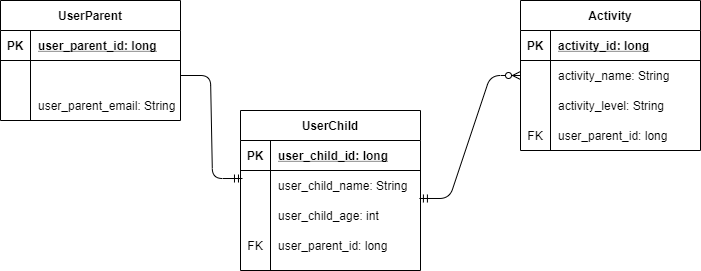
Before: docs/img/erd.png, a diagram exported from draw.io (anhristian/play-numbers). Source tidied: cells renumbered, new cells last; positions are measured from the earlier drawing's top-left corner, leaving out a move shared by most shapes.
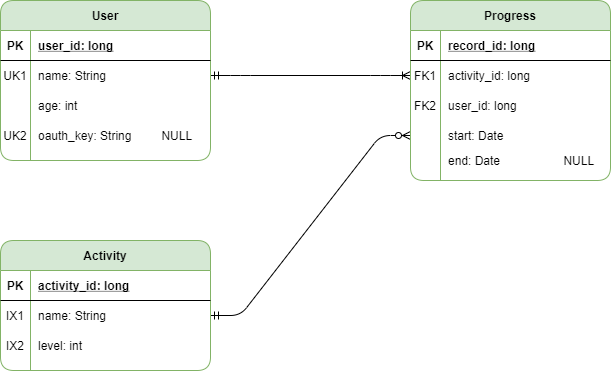
The same diagram one commit later.

What changed in the source:
```diff
@@ -2,119 +2,122 @@
   <root>
     <mxCell id="0" />
     <mxCell id="1" parent="0" />
-    <mxCell id="2" style="edgeStyle=entityRelationEdgeStyle;fontSize=12;html=1;endArrow=ERmandOne;exitX=1;exitY=0.5;exitDx=0;exitDy=0;entryX=0.011;entryY=0.267;entryDx=0;entryDy=0;entryPerimeter=0;" parent="1" edge="1" source="8" target="31">
-      <mxGeometry relative="1" as="geometry" />
+    <mxCell id="2" value="end: Date                   NULL" style="shape=partialRectangle;fillColor=none;top=0;left=0;bottom=0;right=0;align=left;spacingLeft=6;overflow=hidden;" parent="1" vertex="1">
+      <mxGeometry x="430" y="110" width="170" height="20" as="geometry" />
     </mxCell>
-    <mxCell id="3" style="edgeStyle=entityRelationEdgeStyle;fontSize=12;html=1;endArrow=ERzeroToMany;exitX=0.994;exitY=-0.067;exitDx=0;exitDy=0;exitPerimeter=0;entryX=0;entryY=0.5;entryDx=0;entryDy=0;endFill=1;startArrow=ERmandOne;startFill=0;" parent="1" edge="1" source="34" target="18">
+    <mxCell id="3" style="edgeStyle=entityRelationEdgeStyle;fontSize=12;html=1;endArrow=ERoneToMany;startArrow=ERmandOne;entryX=0;entryY=0.5;entryDx=0;entryDy=0;exitX=1;exitY=0.5;exitDx=0;exitDy=0;" parent="1" edge="1" source="19" target="32">
       <mxGeometry relative="1" as="geometry" />
     </mxCell>
-    <mxCell id="4" value="UserParent" style="shape=table;startSize=30;rowLines=0;fontStyle=1;align=center;" parent="1" vertex="1">
-      <mxGeometry width="180" height="120" as="geometry" />
+    <mxCell id="4" style="edgeStyle=entityRelationEdgeStyle;fontSize=12;html=1;endArrow=ERzeroToMany;startArrow=ERmandOne;exitX=1;exitY=0.5;exitDx=0;exitDy=0;entryX=0;entryY=0.75;entryDx=0;entryDy=0;" parent="1" edge="1" source="9" target="28">
+      <mxGeometry relative="1" as="geometry" />
     </mxCell>
-    <mxCell id="5" style="shape=partialRectangle;fillColor=none;top=0;left=0;bottom=1;right=0;" parent="4" vertex="1">
-      <mxGeometry y="30" width="180" height="30" as="geometry" />
+    <mxCell id="5" value="Activity" style="shape=table;startSize=30;rowLines=0;fontStyle=1;align=center;fillColor=#d5e8d4;strokeColor=#82b366;rounded=1;" parent="1" vertex="1">
+      <mxGeometry x="-10" y="200" width="210" height="130" as="geometry" />
     </mxCell>
-    <mxCell id="6" value="PK" style="shape=partialRectangle;fillColor=none;top=0;left=0;bottom=0;right=0;fontStyle=1;overflow=hidden;" parent="5" vertex="1">
-      <mxGeometry width="30" height="30" as="geometry" />
+    <mxCell id="6" style="shape=partialRectangle;fillColor=none;top=0;left=0;bottom=1;right=0;" parent="5" vertex="1">
+      <mxGeometry y="30" width="210" height="30" as="geometry" />
     </mxCell>
-    <mxCell id="7" value="user_parent_id: long" style="shape=partialRectangle;fillColor=none;top=0;left=0;bottom=0;right=0;align=left;spacingLeft=6;fontStyle=5;overflow=hidden;" parent="5" vertex="1">
-      <mxGeometry x="30" width="150" height="30" as="geometry" />
+    <mxCell id="7" value="PK" style="shape=partialRectangle;fillColor=none;top=0;left=0;bottom=0;right=0;fontStyle=1;overflow=hidden;" parent="6" vertex="1">
+      <mxGeometry width="30" height="30" as="geometry" />
     </mxCell>
-    <mxCell id="8" style="shape=partialRectangle;fillColor=none;top=0;left=0;bottom=0;right=0;points=[[0,0.5],[1,0.5]];portConstraint=eastwest;" parent="4" vertex="1">
-      <mxGeometry y="60" width="180" height="30" as="geometry" />
+    <mxCell id="8" value="activity_id: long" style="shape=partialRectangle;fillColor=none;top=0;left=0;bottom=0;right=0;align=left;spacingLeft=6;fontStyle=5;overflow=hidden;" parent="6" vertex="1">
+      <mxGeometry x="30" width="180" height="30" as="geometry" />
     </mxCell>
-    <mxCell id="9" style="shape=partialRectangle;fillColor=none;top=0;left=0;bottom=0;right=0;overflow=hidden;" parent="8" vertex="1">
-      <mxGeometry width="30" height="30" as="geometry" />
+    <mxCell id="9" style="shape=partialRectangle;fillColor=none;top=0;left=0;bottom=0;right=0;points=[[0,0.5],[1,0.5]];portConstraint=eastwest;" parent="5" vertex="1">
+      <mxGeometry y="60" width="210" height="30" as="geometry" />
     </mxCell>
-    <mxCell id="10" style="shape=partialRectangle;fillColor=none;top=0;left=0;bottom=0;right=0;align=left;spacingLeft=6;overflow=hidden;" parent="8" vertex="1">
-      <mxGeometry x="30" width="150" height="30" as="geometry" />
+    <mxCell id="10" value="IX1" style="shape=partialRectangle;fillColor=none;top=0;left=0;bottom=0;right=0;overflow=hidden;" parent="9" vertex="1">
+      <mxGeometry width="30" height="30" as="geometry" />
     </mxCell>
-    <mxCell id="11" style="shape=partialRectangle;fillColor=none;top=0;left=0;bottom=0;right=0;" parent="4" vertex="1">
-      <mxGeometry y="90" width="180" height="30" as="geometry" />
+    <mxCell id="11" value="name: String" style="shape=partialRectangle;fillColor=none;top=0;left=0;bottom=0;right=0;align=left;spacingLeft=6;overflow=hidden;" parent="9" vertex="1">
+      <mxGeometry x="30" width="180" height="30" as="geometry" />
     </mxCell>
-    <mxCell id="12" style="shape=partialRectangle;fillColor=none;top=0;left=0;bottom=0;right=0;overflow=hidden;" parent="11" vertex="1">
-      <mxGeometry width="30" height="30" as="geometry" />
+    <mxCell id="12" style="shape=partialRectangle;fillColor=none;top=0;left=0;bottom=0;right=0;" parent="5" vertex="1">
+      <mxGeometry y="90" width="210" height="30" as="geometry" />
     </mxCell>
-    <mxCell id="13" value="user_parent_email: String" style="shape=partialRectangle;fillColor=none;top=0;left=0;bottom=0;right=0;align=left;spacingLeft=6;overflow=hidden;" parent="11" vertex="1">
-      <mxGeometry x="30" width="150" height="30" as="geometry" />
+    <mxCell id="13" value="IX2" style="shape=partialRectangle;fillColor=none;top=0;left=0;bottom=0;right=0;overflow=hidden;" parent="12" vertex="1">
+      <mxGeometry width="30" height="30" as="geometry" />
     </mxCell>
-    <mxCell id="14" value="Activity" style="shape=table;startSize=30;rowLines=0;fontStyle=1;align=center;" parent="1" vertex="1">
-      <mxGeometry x="520" width="180" height="150" as="geometry" />
+    <mxCell id="14" value="level: int" style="shape=partialRectangle;fillColor=none;top=0;left=0;bottom=0;right=0;align=left;spacingLeft=6;overflow=hidden;" parent="12" vertex="1">
+      <mxGeometry x="30" width="180" height="30" as="geometry" />
     </mxCell>
-    <mxCell id="15" style="shape=partialRectangle;fillColor=none;top=0;left=0;bottom=1;right=0;" parent="14" vertex="1">
-      <mxGeometry y="30" width="180" height="30" as="geometry" />
+    <mxCell id="15" value="User" style="shape=table;startSize=30;rowLines=0;fontStyle=1;align=center;fillColor=#d5e8d4;strokeColor=#82b366;rounded=1;" parent="1" vertex="1">
+      <mxGeometry x="-10" y="-40" width="210" height="160" as="geometry" />
     </mxCell>
-    <mxCell id="16" value="PK" style="shape=partialRectangle;fillColor=none;top=0;left=0;bottom=0;right=0;fontStyle=1;overflow=hidden;" parent="15" vertex="1">
-      <mxGeometry width="30" height="30" as="geometry" />
+    <mxCell id="16" style="shape=partialRectangle;fillColor=none;top=0;left=0;bottom=1;right=0;" parent="15" vertex="1">
+      <mxGeometry y="30" width="210" height="30" as="geometry" />
     </mxCell>
-    <mxCell id="17" value="activity_id: long" style="shape=partialRectangle;fillColor=none;top=0;left=0;bottom=0;right=0;align=left;spacingLeft=6;fontStyle=5;overflow=hidden;" parent="15" vertex="1">
-      <mxGeometry x="30" width="150" height="30" as="geometry" />
+    <mxCell id="17" value="PK" style="shape=partialRectangle;fillColor=none;top=0;left=0;bottom=0;right=0;fontStyle=1;overflow=hidden;" parent="16" vertex="1">
+      <mxGeometry width="30" height="30" as="geometry" />
     </mxCell>
-    <mxCell id="18" style="shape=partialRectangle;fillColor=none;top=0;left=0;bottom=0;right=0;points=[[0,0.5],[1,0.5]];portConstraint=eastwest;" parent="14" vertex="1">
-      <mxGeometry y="60" width="180" height="30" as="geometry" />
+    <mxCell id="18" value="user_id: long" style="shape=partialRectangle;fillColor=none;top=0;left=0;bottom=0;right=0;align=left;spacingLeft=6;fontStyle=5;overflow=hidden;" parent="16" vertex="1">
+      <mxGeometry x="30" width="180" height="30" as="geometry" />
     </mxCell>
-    <mxCell id="19" style="shape=partialRectangle;fillColor=none;top=0;left=0;bottom=0;right=0;overflow=hidden;" parent="18" vertex="1">
-      <mxGeometry width="30" height="30" as="geometry" />
+    <mxCell id="19" style="shape=partialRectangle;fillColor=none;top=0;left=0;bottom=0;right=0;points=[[0,0.5],[1,0.5]];portConstraint=eastwest;" parent="15" vertex="1">
+      <mxGeometry y="60" width="210" height="30" as="geometry" />
     </mxCell>
-    <mxCell id="20" value="activity_name: String" style="shape=partialRectangle;fillColor=none;top=0;left=0;bottom=0;right=0;align=left;spacingLeft=6;overflow=hidden;" parent="18" vertex="1">
-      <mxGeometry x="30" width="150" height="30" as="geometry" />
+    <mxCell id="20" value="UK1" style="shape=partialRectangle;fillColor=none;top=0;left=0;bottom=0;right=0;overflow=hidden;" parent="19" vertex="1">
+      <mxGeometry width="30" height="30" as="geometry" />
     </mxCell>
-    <mxCell id="21" style="shape=partialRectangle;fillColor=none;top=0;left=0;bottom=0;right=0;" parent="14" vertex="1">
-      <mxGeometry y="90" width="180" height="30" as="geometry" />
+    <mxCell id="21" value="name: String" style="shape=partialRectangle;fillColor=none;top=0;left=0;bottom=0;right=0;align=left;spacingLeft=6;overflow=hidden;" parent="19" vertex="1">
+      <mxGeometry x="30" width="180" height="30" as="geometry" />
     </mxCell>
-    <mxCell id="22" style="shape=partialRectangle;fillColor=none;top=0;left=0;bottom=0;right=0;overflow=hidden;" parent="21" vertex="1">
-      <mxGeometry width="30" height="30" as="geometry" />
+    <mxCell id="22" style="shape=partialRectangle;fillColor=none;top=0;left=0;bottom=0;right=0;" parent="15" vertex="1">
+      <mxGeometry y="90" width="210" height="30" as="geometry" />
     </mxCell>
-    <mxCell id="23" value="activity_level: String" style="shape=partialRectangle;fillColor=none;top=0;left=0;bottom=0;right=0;align=left;spacingLeft=6;overflow=hidden;" parent="21" vertex="1">
-      <mxGeometry x="30" width="150" height="30" as="geometry" />
+    <mxCell id="23" style="shape=partialRectangle;fillColor=none;top=0;left=0;bottom=0;right=0;overflow=hidden;" parent="22" vertex="1">
+      <mxGeometry width="30" height="30" as="geometry" />
     </mxCell>
-    <mxCell id="24" style="shape=partialRectangle;fillColor=none;top=0;left=0;bottom=0;right=0;" parent="14" vertex="1">
-      <mxGeometry y="120" width="180" height="30" as="geometry" />
+    <mxCell id="24" value="age: int" style="shape=partialRectangle;fillColor=none;top=0;left=0;bottom=0;right=0;align=left;spacingLeft=6;overflow=hidden;" parent="22" vertex="1">
+      <mxGeometry x="30" width="180" height="30" as="geometry" />
     </mxCell>
-    <mxCell id="25" value="FK" style="shape=partialRectangle;fillColor=none;top=0;left=0;bottom=0;right=0;overflow=hidden;" parent="24" vertex="1">
-      <mxGeometry width="30" height="30" as="geometry" />
+    <mxCell id="25" style="shape=partialRectangle;fillColor=none;top=0;left=0;bottom=0;right=0;" parent="15" vertex="1">
+      <mxGeometry y="120" width="210" height="30" as="geometry" />
     </mxCell>
-    <mxCell id="26" value="user_parent_id: long" style="shape=partialRectangle;fillColor=none;top=0;left=0;bottom=0;right=0;align=left;spacingLeft=6;overflow=hidden;" parent="24" vertex="1">
-      <mxGeometry x="30" width="150" height="30" as="geometry" />
+    <mxCell id="26" value="UK2" style="shape=partialRectangle;fillColor=none;top=0;left=0;bottom=0;right=0;overflow=hidden;" parent="25" vertex="1">
+      <mxGeometry width="30" height="30" as="geometry" />
     </mxCell>
-    <mxCell id="27" value="UserChild" style="shape=table;startSize=30;rowLines=0;fontStyle=1;align=center;" parent="1" vertex="1">
-      <mxGeometry x="240" y="110" width="180" height="160" as="geometry" />
+    <mxCell id="27" value="oauth_key: String         NULL  " style="shape=partialRectangle;fillColor=none;top=0;left=0;bottom=0;right=0;align=left;spacingLeft=6;overflow=hidden;" parent="25" vertex="1">
+      <mxGeometry x="30" width="180" height="30" as="geometry" />
     </mxCell>
-    <mxCell id="28" style="shape=partialRectangle;fillColor=none;top=0;left=0;bottom=1;right=0;points=[[0,0.5],[1,0.5]];portConstraint=eastwest;" parent="27" vertex="1">
-      <mxGeometry y="30" width="180" height="30" as="geometry" />
+    <mxCell id="28" value="Progress" style="shape=table;startSize=30;rowLines=0;fontStyle=1;align=center;fillColor=#d5e8d4;strokeColor=#82b366;rounded=1;" parent="1" vertex="1">
+      <mxGeometry x="400" y="-40" width="200" height="180" as="geometry" />
     </mxCell>
-    <mxCell id="29" value="PK" style="shape=partialRectangle;fillColor=none;top=0;left=0;bottom=0;right=0;fontStyle=1;overflow=hidden;" parent="28" vertex="1">
-      <mxGeometry width="30" height="30" as="geometry" />
+    <mxCell id="29" style="shape=partialRectangle;fillColor=none;top=0;left=0;bottom=1;right=0;" parent="28" vertex="1">
+      <mxGeometry y="30" width="200" height="30" as="geometry" />
     </mxCell>
-    <mxCell id="30" value="user_child_id: long" style="shape=partialRectangle;fillColor=none;top=0;left=0;bottom=0;right=0;align=left;spacingLeft=6;fontStyle=5;overflow=hidden;" parent="28" vertex="1">
-      <mxGeometry x="30" width="150" height="30" as="geometry" />
+    <mxCell id="30" value="PK" style="shape=partialRectangle;fillColor=none;top=0;left=0;bottom=0;right=0;fontStyle=1;overflow=hidden;" parent="29" vertex="1">
+      <mxGeometry width="30" height="30" as="geometry" />
     </mxCell>
-    <mxCell id="31" style="shape=partialRectangle;fillColor=none;top=0;left=0;bottom=0;right=0;points=[[0,0.5],[1,0.5]];portConstraint=eastwest;" parent="27" vertex="1">
-      <mxGeometry y="60" width="180" height="30" as="geometry" />
+    <mxCell id="31" value="record_id: long" style="shape=partialRectangle;fillColor=none;top=0;left=0;bottom=0;right=0;align=left;spacingLeft=6;fontStyle=5;overflow=hidden;" parent="29" vertex="1">
+      <mxGeometry x="30" width="170" height="30" as="geometry" />
     </mxCell>
-    <mxCell id="32" style="shape=partialRectangle;fillColor=none;top=0;left=0;bottom=0;right=0;overflow=hidden;" parent="31" vertex="1">
-      <mxGeometry width="30" height="30" as="geometry" />
+    <mxCell id="32" style="shape=partialRectangle;fillColor=none;top=0;left=0;bottom=0;right=0;points=[[0,0.5],[1,0.5]];portConstraint=eastwest;" parent="28" vertex="1">
+      <mxGeometry y="60" width="200" height="30" as="geometry" />
     </mxCell>
-    <mxCell id="33" value="user_child_name: String" style="shape=partialRectangle;fillColor=none;top=0;left=0;bottom=0;right=0;align=left;spacingLeft=6;overflow=hidden;" parent="31" vertex="1">
-      <mxGeometry x="30" width="150" height="30" as="geometry" />
+    <mxCell id="33" value="FK1" style="shape=partialRectangle;fillColor=none;top=0;left=0;bottom=0;right=0;overflow=hidden;" parent="32" vertex="1">
+      <mxGeometry width="30" height="30" as="geometry" />
     </mxCell>
-    <mxCell id="34" style="shape=partialRectangle;fillColor=none;top=0;left=0;bottom=0;right=0;points=[[0,0.5],[1,0.5]];portConstraint=eastwest;" parent="27" vertex="1">
-      <mxGeometry y="90" width="180" height="30" as="geometry" />
+    <mxCell id="34" value="activity_id: long" style="shape=partialRectangle;fillColor=none;top=0;left=0;bottom=0;right=0;align=left;spacingLeft=6;overflow=hidden;" parent="32" vertex="1">
+      <mxGeometry x="30" width="170" height="30" as="geometry" />
     </mxCell>
-    <mxCell id="35" style="shape=partialRectangle;fillColor=none;top=0;left=0;bottom=0;right=0;overflow=hidden;" parent="34" vertex="1">
-      <mxGeometry width="30" height="30" as="geometry" />
+    <mxCell id="35" style="shape=partialRectangle;fillColor=none;top=0;left=0;bottom=0;right=0;" parent="28" vertex="1">
+      <mxGeometry y="90" width="200" height="30" as="geometry" />
     </mxCell>
-    <mxCell id="36" value="user_child_age: int" style="shape=partialRectangle;fillColor=none;top=0;left=0;bottom=0;right=0;align=left;spacingLeft=6;overflow=hidden;" parent="34" vertex="1">
-      <mxGeometry x="30" width="150" height="30" as="geometry" />
+    <mxCell id="36" value="FK2" style="shape=partialRectangle;fillColor=none;top=0;left=0;bottom=0;right=0;overflow=hidden;" parent="35" vertex="1">
+      <mxGeometry width="30" height="30" as="geometry" />
     </mxCell>
-    <mxCell id="37" style="shape=partialRectangle;fillColor=none;top=0;left=0;bottom=0;right=0;" parent="27" vertex="1">
-      <mxGeometry y="120" width="180" height="30" as="geometry" />
+    <mxCell id="37" value="user_id: long" style="shape=partialRectangle;fillColor=none;top=0;left=0;bottom=0;right=0;align=left;spacingLeft=6;overflow=hidden;" parent="35" vertex="1">
+      <mxGeometry x="30" width="170" height="30" as="geometry" />
     </mxCell>
-    <mxCell id="38" value="FK" style="shape=partialRectangle;fillColor=none;top=0;left=0;bottom=0;right=0;overflow=hidden;" parent="37" vertex="1">
-      <mxGeometry width="30" height="30" as="geometry" />
+    <mxCell id="38" style="shape=partialRectangle;fillColor=none;top=0;left=0;bottom=0;right=0;" parent="28" vertex="1">
+      <mxGeometry y="120" width="200" height="30" as="geometry" />
     </mxCell>
-    <mxCell id="39" value="user_parent_id: long" style="shape=partialRectangle;fillColor=none;top=0;left=0;bottom=0;right=0;align=left;spacingLeft=6;overflow=hidden;" parent="37" vertex="1">
-      <mxGeometry x="30" width="150" height="30" as="geometry" />
+    <mxCell id="39" style="shape=partialRectangle;fillColor=none;top=0;left=0;bottom=0;right=0;overflow=hidden;" parent="38" vertex="1">
+      <mxGeometry width="30" height="30" as="geometry" />
     </mxCell>
+    <mxCell id="40" value="start: Date" style="shape=partialRectangle;fillColor=none;top=0;left=0;bottom=0;right=0;align=left;spacingLeft=6;overflow=hidden;" parent="38" vertex="1">
+      <mxGeometry x="30" width="170" height="30" as="geometry" />
+    </mxCell>
   </root>
 </mxGraphModel>
```
